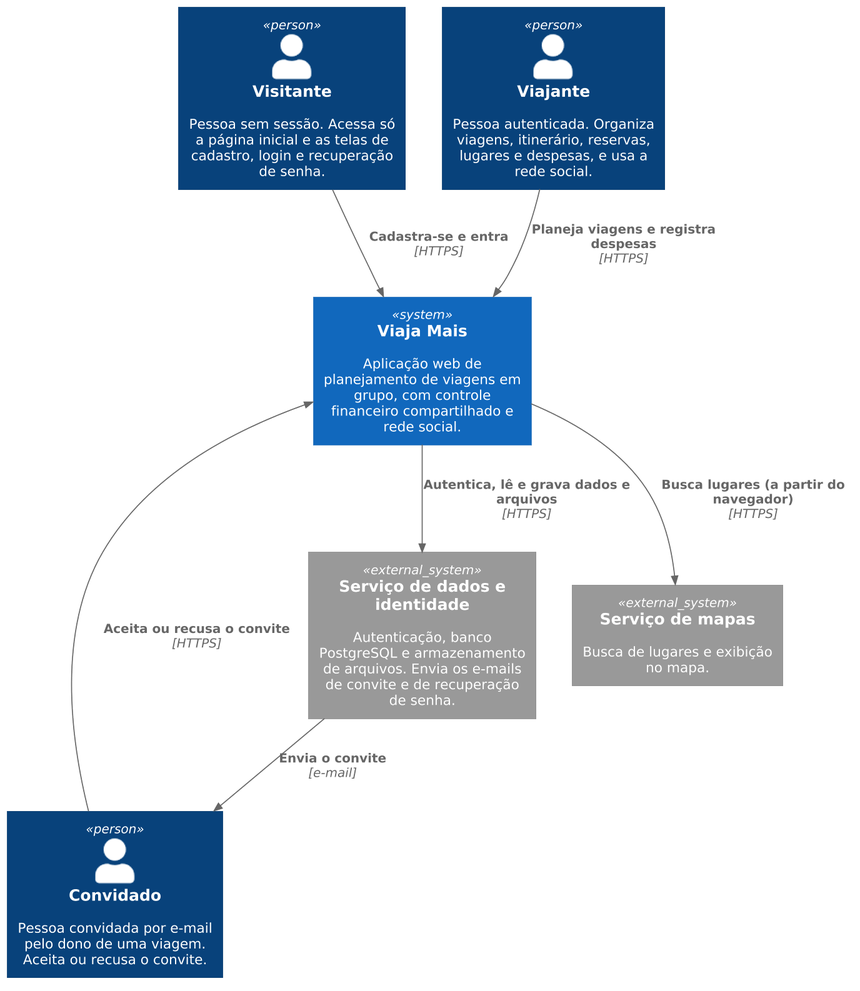
Fernando-Oli/viaja-mais keeps this PlantUML diagram as docs/pfc/diagramas/20-1-c4-contexto.png. Above is the earlier version.
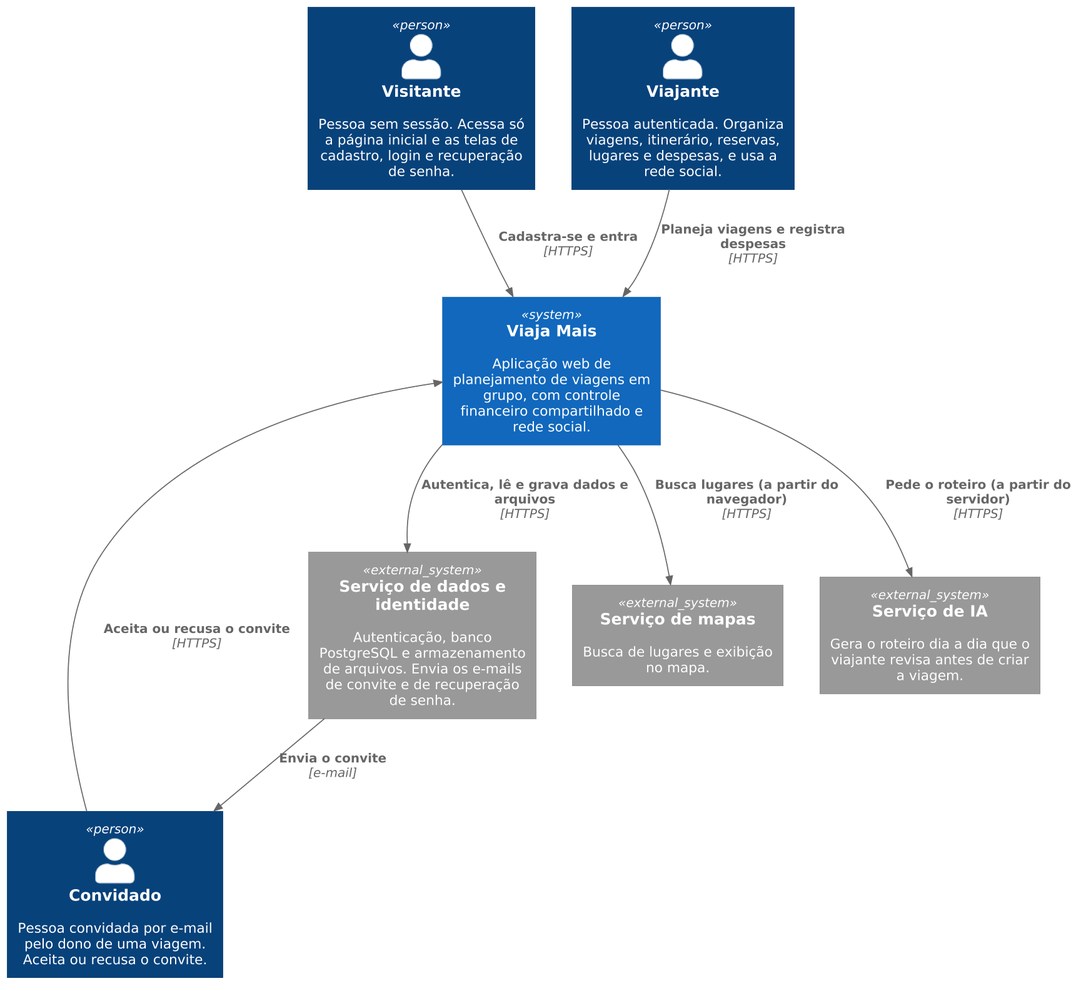
The same file after the commit.

Diff of the diagram source:
```diff
@@ -14,6 +14,7 @@
 
 System_Ext(backend, "Serviço de dados e identidade", "Autenticação, banco PostgreSQL e armazenamento de arquivos. Envia os e-mails de convite e de recuperação de senha.")
 System_Ext(mapas, "Serviço de mapas", "Busca de lugares e exibição no mapa.")
+System_Ext(ia, "Serviço de IA", "Gera o roteiro dia a dia que o viajante revisa antes de criar a viagem.")
 
 Rel(visitante, viajamais, "Cadastra-se e entra", "HTTPS")
 Rel(viajante, viajamais, "Planeja viagens e registra despesas", "HTTPS")
@@ -21,6 +22,7 @@
 
 Rel(viajamais, backend, "Autentica, lê e grava dados e arquivos", "HTTPS")
 Rel(viajamais, mapas, "Busca lugares (a partir do navegador)", "HTTPS")
+Rel(viajamais, ia, "Pede o roteiro (a partir do servidor)", "HTTPS")
 Rel(backend, convidado, "Envia o convite", "e-mail")
 
 @enduml
```
